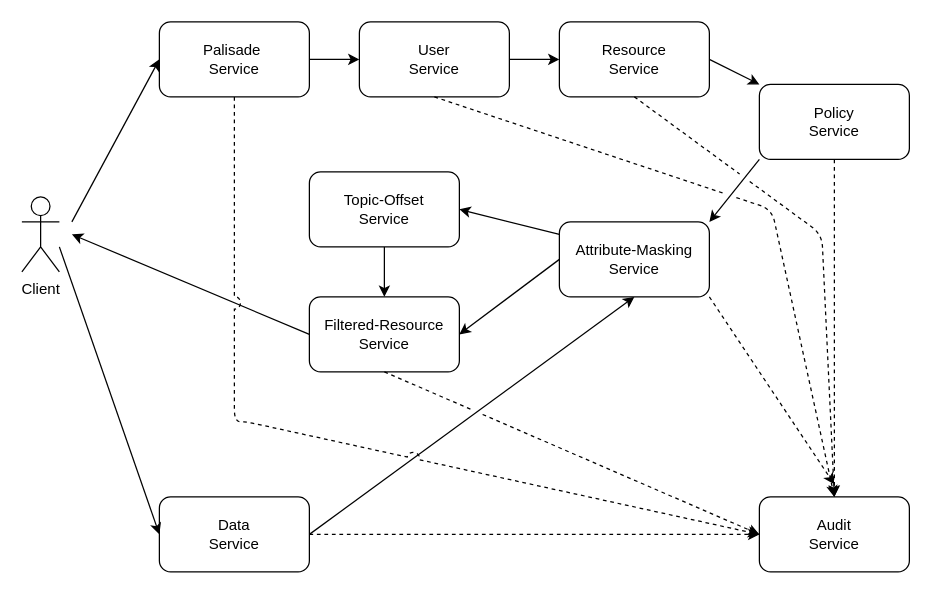
The draw.io diagram doc/services.drawio in gchq/Palisade-services, before the edit. Source tidied: cells renumbered, new cells numbered last; positions are measured from the earlier drawing's top-left corner, leaving out a move shared by most shapes. Both pictures are drawn from the tidied source at 125%, with x=0, y=0 at pixel (21, 21).
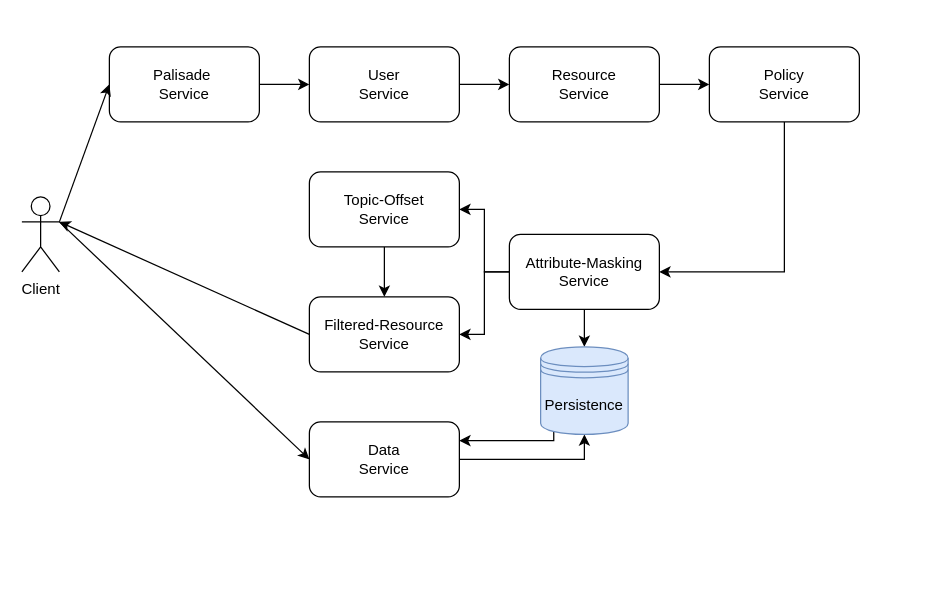
The same page after the edit.

Unchanged cells that the change refers to:
```xml
<mxCell id="2" value="Client" style="shape=umlActor;verticalLabelPosition=bottom;verticalAlign=top;html=1;outlineConnect=0;" parent="1" vertex="1">
  <mxGeometry y="140" width="30" height="60" as="geometry" />
</mxCell>
<mxCell id="8" value="Filtered-Resource&lt;br&gt;Service" style="rounded=1;whiteSpace=wrap;html=1;" parent="1" vertex="1">
  <mxGeometry x="230" y="220" width="120" height="60" as="geometry" />
</mxCell>
<mxCell id="9" value="Topic-Offset&lt;br&gt;Service" style="rounded=1;whiteSpace=wrap;html=1;" parent="1" vertex="1">
  <mxGeometry x="230" y="120" width="120" height="60" as="geometry" />
</mxCell>
```

Change to the diagram source:
```diff
@@
     <mxCell id="3" value="Palisade&amp;nbsp;&lt;br&gt;Service" style="rounded=1;whiteSpace=wrap;html=1;" parent="1" vertex="1">
-      <mxGeometry x="110" width="120" height="60" as="geometry" />
+      <mxGeometry x="70" y="20" width="120" height="60" as="geometry" />
     </mxCell>
     <mxCell id="4" value="User&lt;br&gt;Service" style="rounded=1;whiteSpace=wrap;html=1;" parent="1" vertex="1">
-      <mxGeometry x="270" width="120" height="60" as="geometry" />
+      <mxGeometry x="230" y="20" width="120" height="60" as="geometry" />
     </mxCell>
     <mxCell id="5" value="Resource&lt;br&gt;Service" style="rounded=1;whiteSpace=wrap;html=1;" parent="1" vertex="1">
-      <mxGeometry x="430" width="120" height="60" as="geometry" />
+      <mxGeometry x="390" y="20" width="120" height="60" as="geometry" />
     </mxCell>
+    <mxCell id="30" style="edgeStyle=orthogonalEdgeStyle;rounded=0;jettySize=auto;html=1;exitX=0.5;exitY=1;exitDx=0;exitDy=0;entryX=1;entryY=0.5;entryDx=0;entryDy=0;" parent="1" edge="1" source="6" target="7">
+      <mxGeometry relative="1" as="geometry" />
+    </mxCell>
     <mxCell id="6" value="Policy&lt;br&gt;Service" style="rounded=1;whiteSpace=wrap;html=1;" parent="1" vertex="1">
-      <mxGeometry x="590" y="50" width="120" height="60" as="geometry" />
+      <mxGeometry x="550" y="20" width="120" height="60" as="geometry" />
     </mxCell>
+    <mxCell id="31" style="edgeStyle=orthogonalEdgeStyle;rounded=0;jettySize=auto;html=1;exitX=0;exitY=0.5;exitDx=0;exitDy=0;" parent="1" edge="1" source="7" target="9">
+      <mxGeometry relative="1" as="geometry" />
+    </mxCell>
+    <mxCell id="19" style="edgeStyle=orthogonalEdgeStyle;rounded=0;jettySize=auto;html=1;exitX=0;exitY=0.5;exitDx=0;exitDy=0;entryX=1;entryY=0.5;entryDx=0;entryDy=0;" parent="1" edge="1" source="7" target="8">
+      <mxGeometry relative="1" as="geometry" />
+    </mxCell>
+    <mxCell id="32" style="edgeStyle=orthogonalEdgeStyle;rounded=0;jettySize=auto;html=1;exitX=0.5;exitY=1;exitDx=0;exitDy=0;entryX=0.5;entryY=0;entryDx=0;entryDy=0;" parent="1" edge="1" source="7" target="35">
+      <mxGeometry relative="1" as="geometry" />
+    </mxCell>
     <mxCell id="7" value="Attribute-Masking&lt;br&gt;Service" style="rounded=1;whiteSpace=wrap;html=1;" parent="1" vertex="1">
-      <mxGeometry x="430" y="160" width="120" height="60" as="geometry" />
+      <mxGeometry x="390" y="170" width="120" height="60" as="geometry" />
     </mxCell>
@@
     <mxCell id="10" style="endArrow=classic;html=1;entryX=0;entryY=0.5;entryDx=0;entryDy=0;" parent="1" edge="1" target="3">
       <mxGeometry relative="1" as="geometry">
-        <mxPoint x="40" y="160" as="sourcePoint" />
+        <mxPoint x="30" y="160" as="sourcePoint" />
       </mxGeometry>
     </mxCell>
+    <mxCell id="33" style="edgeStyle=orthogonalEdgeStyle;rounded=0;jettySize=auto;html=1;exitX=1;exitY=0.5;exitDx=0;exitDy=0;entryX=0.5;entryY=1;entryDx=0;entryDy=0;" parent="1" edge="1" source="11" target="35">
+      <mxGeometry relative="1" as="geometry" />
+    </mxCell>
     <mxCell id="11" value="Data&lt;br&gt;Service" style="rounded=1;whiteSpace=wrap;html=1;" parent="1" vertex="1">
-      <mxGeometry x="110" y="380" width="120" height="60" as="geometry" />
+      <mxGeometry x="230" y="320" width="120" height="60" as="geometry" />
     </mxCell>
-    <mxCell id="12" style="endArrow=classic;html=1;entryX=0;entryY=0.5;entryDx=0;entryDy=0;" parent="1" edge="1" target="4">
-      <mxGeometry relative="1" as="geometry">
-        <mxPoint x="230" y="30" as="sourcePoint" />
-      </mxGeometry>
+    <mxCell id="12" style="endArrow=classic;html=1;entryX=0;entryY=0.5;entryDx=0;entryDy=0;exitX=1;exitY=0.5;exitDx=0;exitDy=0;" parent="1" edge="1" source="3" target="4">
+      <mxGeometry relative="1" as="geometry" />
     </mxCell>
-    <mxCell id="13" style="endArrow=classic;html=1;entryX=0;entryY=0.5;entryDx=0;entryDy=0;" parent="1" edge="1" target="5">
-      <mxGeometry relative="1" as="geometry">
-        <mxPoint x="390" y="30" as="sourcePoint" />
-      </mxGeometry>
+    <mxCell id="13" style="endArrow=classic;html=1;entryX=0;entryY=0.5;entryDx=0;entryDy=0;exitX=1;exitY=0.5;exitDx=0;exitDy=0;" parent="1" edge="1" source="4" target="5">
+      <mxGeometry relative="1" as="geometry" />
     </mxCell>
-    <mxCell id="14" style="endArrow=classic;html=1;" parent="1" edge="1" target="6">
-      <mxGeometry relative="1" as="geometry">
-        <mxPoint x="550" y="30" as="sourcePoint" />
-      </mxGeometry>
+    <mxCell id="14" style="endArrow=classic;html=1;exitX=1;exitY=0.5;exitDx=0;exitDy=0;" parent="1" edge="1" source="5" target="6">
+      <mxGeometry relative="1" as="geometry" />
     </mxCell>
-    <mxCell id="15" style="endArrow=classic;html=1;entryX=1;entryY=0;entryDx=0;entryDy=0;" parent="1" edge="1" target="7">
-      <mxGeometry relative="1" as="geometry">
-        <mxPoint x="590" y="110" as="sourcePoint" />
-      </mxGeometry>
-    </mxCell>
-    <mxCell id="16" style="endArrow=classic;html=1;entryX=1;entryY=0.5;entryDx=0;entryDy=0;" parent="1" edge="1" target="9">
-      <mxGeometry relative="1" as="geometry">
-        <mxPoint x="430" y="170" as="sourcePoint" />
-      </mxGeometry>
-    </mxCell>
     <mxCell id="17" style="endArrow=classic;html=1;entryX=0;entryY=0.5;entryDx=0;entryDy=0;" parent="1" edge="1" target="11">
       <mxGeometry relative="1" as="geometry">
-        <mxPoint x="30" y="180" as="sourcePoint" />
+        <mxPoint x="30" y="160" as="sourcePoint" />
       </mxGeometry>
     </mxCell>
-    <mxCell id="18" value="Audit&lt;br&gt;Service" style="rounded=1;whiteSpace=wrap;html=1;" parent="1" vertex="1">
-      <mxGeometry x="590" y="380" width="120" height="60" as="geometry" />
-    </mxCell>
-    <mxCell id="19" style="endArrow=classic;html=1;entryX=1;entryY=0.5;entryDx=0;entryDy=0;exitX=0;exitY=0.5;exitDx=0;exitDy=0;" parent="1" edge="1" source="7" target="8">
-      <mxGeometry relative="1" as="geometry" />
-    </mxCell>
@@
-    <mxCell id="21" style="endArrow=classic;html=1;entryX=0.5;entryY=1;entryDx=0;entryDy=0;exitX=1;exitY=0.5;exitDx=0;exitDy=0;" parent="1" edge="1" source="11" target="7">
-      <mxGeometry relative="1" as="geometry" />
-    </mxCell>
-    <mxCell id="22" style="endArrow=classic;html=1;exitX=0;exitY=0.5;exitDx=0;exitDy=0;" parent="1" edge="1" source="8">
-      <mxGeometry relative="1" as="geometry">
-        <mxPoint x="40" y="170" as="targetPoint" />
-      </mxGeometry>
+    <mxCell id="22" style="endArrow=classic;html=1;exitX=0;exitY=0.5;exitDx=0;exitDy=0;entryX=1;entryY=0.3333333333333333;entryDx=0;entryDy=0;entryPerimeter=0;" parent="1" edge="1" source="8" target="2">
+      <mxGeometry relative="1" as="geometry" />
     </mxCell>
-    <mxCell id="23" style="endArrow=classic;html=1;exitX=0.5;exitY=1;exitDx=0;exitDy=0;jumpStyle=arc;entryX=0;entryY=0.5;entryDx=0;entryDy=0;jumpSize=10;dashed=1;" parent="1" edge="1" source="3" target="18">
-      <mxGeometry relative="1" as="geometry">
-        <Array as="points">
-          <mxPoint x="170" y="320" />
-          <mxPoint x="180" y="320" />
-        </Array>
-      </mxGeometry>
-    </mxCell>
-    <mxCell id="24" style="endArrow=classic;html=1;exitX=1;exitY=0.5;exitDx=0;exitDy=0;dashed=1;" parent="1" edge="1" source="11">
-      <mxGeometry relative="1" as="geometry">
-        <mxPoint x="590" y="410" as="targetPoint" />
-      </mxGeometry>
-    </mxCell>
-    <mxCell id="25" style="endArrow=classic;html=1;entryX=0.5;entryY=0;entryDx=0;entryDy=0;dashed=1;jumpStyle=gap;jumpSize=10;" parent="1" edge="1" target="18">
-      <mxGeometry relative="1" as="geometry">
-        <mxPoint x="330" y="60" as="sourcePoint" />
-        <Array as="points">
-          <mxPoint x="600" y="150" />
-        </Array>
-      </mxGeometry>
-    </mxCell>
-    <mxCell id="26" style="endArrow=classic;html=1;dashed=1;jumpStyle=gap;jumpSize=10;" parent="1" edge="1">
-      <mxGeometry relative="1" as="geometry">
-        <mxPoint x="490" y="60" as="sourcePoint" />
-        <mxPoint x="650" y="380" as="targetPoint" />
-        <Array as="points">
-          <mxPoint x="640" y="170" />
-        </Array>
-      </mxGeometry>
-    </mxCell>
-    <mxCell id="27" style="endArrow=classic;html=1;exitX=0.5;exitY=1;exitDx=0;exitDy=0;dashed=1;" parent="1" edge="1" source="6">
-      <mxGeometry relative="1" as="geometry">
-        <mxPoint x="650" y="380" as="targetPoint" />
-      </mxGeometry>
-    </mxCell>
-    <mxCell id="28" style="endArrow=classic;html=1;exitX=1;exitY=1;exitDx=0;exitDy=0;dashed=1;" parent="1" edge="1" source="7">
-      <mxGeometry relative="1" as="geometry">
-        <mxPoint x="650" y="370" as="targetPoint" />
-      </mxGeometry>
-    </mxCell>
-    <mxCell id="29" style="endArrow=classic;html=1;exitX=0.5;exitY=1;exitDx=0;exitDy=0;dashed=1;jumpStyle=gap;jumpSize=10;" parent="1" edge="1" source="8">
-      <mxGeometry relative="1" as="geometry">
-        <mxPoint x="590" y="410" as="targetPoint" />
-      </mxGeometry>
-    </mxCell>
+    <mxCell id="34" style="edgeStyle=orthogonalEdgeStyle;rounded=0;jettySize=auto;html=1;exitX=0.15;exitY=0.95;exitDx=0;exitDy=0;exitPerimeter=0;entryX=1;entryY=0.25;entryDx=0;entryDy=0;" parent="1" edge="1" source="35" target="11">
+      <mxGeometry relative="1" as="geometry">
+        <Array as="points">
+          <mxPoint x="426" y="335" />
+        </Array>
+      </mxGeometry>
+    </mxCell>
+    <mxCell id="35" value="Persistence" style="shape=datastore;whiteSpace=wrap;html=1;fillColor=#dae8fc;strokeColor=#6c8ebf;" parent="1" vertex="1">
+      <mxGeometry x="415" y="260" width="70" height="70" as="geometry" />
+    </mxCell>
```
